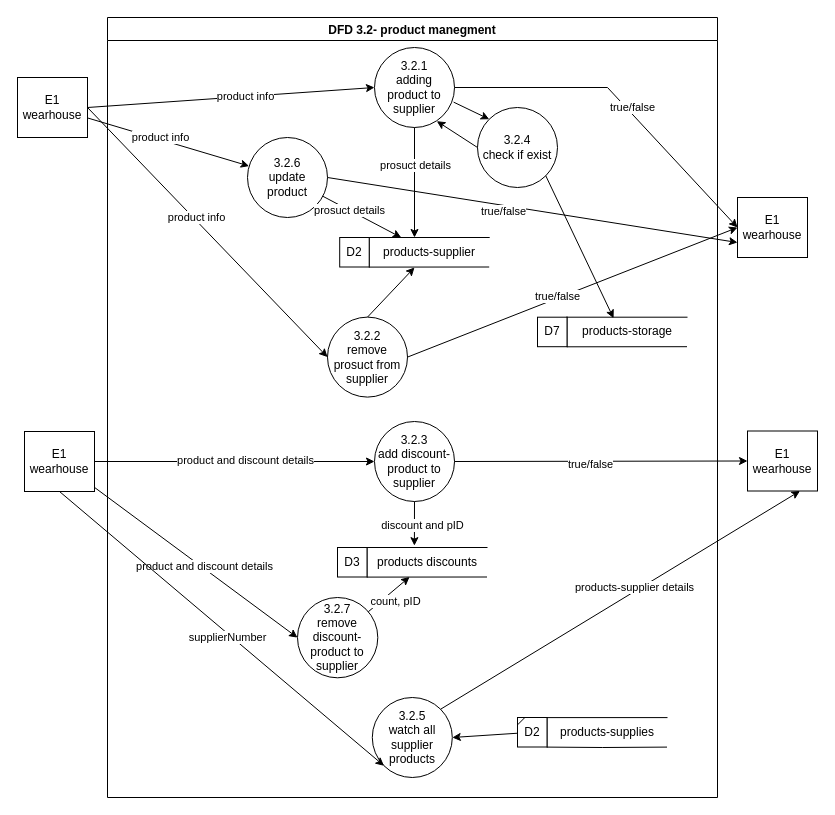
The draw.io diagram page "dfd3.2" (3 of 4) of docs/DFD/DFD3_Supplier.drawio in Naveavra/Market, before the edit. Source tidied: cells renumbered, new cells numbered last; positions are measured from the earlier drawing's top-left corner, leaving out a move shared by most shapes. Both pictures are drawn from the tidied source at 100%, with x=0, y=0 at pixel (17, 17).
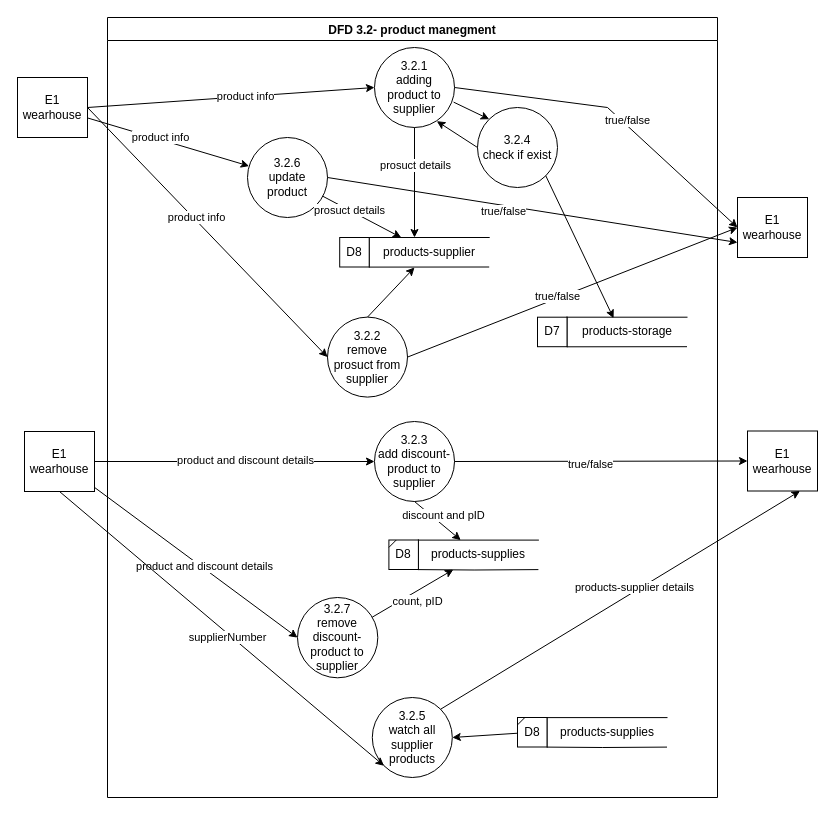
The same page after the edit.

The change refers to these unchanged cells:
```xml
<mxCell id="2" value="DFD 3.2- product manegment" style="swimlane;" parent="1" vertex="1">
  <mxGeometry x="90" width="610" height="780" as="geometry" />
</mxCell>
<mxCell id="3" value="3.2.1&lt;br&gt;adding product to supplier" style="ellipse;whiteSpace=wrap;html=1;" parent="2" vertex="1">
  <mxGeometry x="267" y="30" width="80" height="80" as="geometry" />
</mxCell>
<mxCell id="4" style="group;" parent="2" vertex="1">
  <mxGeometry x="232.2" y="220" width="149.5" height="29.6" as="geometry" />
</mxCell>
<mxCell id="12" value="3.2.3&lt;br&gt;add discount-product to supplier" style="ellipse;whiteSpace=wrap;html=1;" parent="2" vertex="1">
  <mxGeometry x="267" y="404" width="80" height="80" as="geometry" />
</mxCell>
<mxCell id="29" value="&lt;span style=&quot;&quot;&gt;3.2.7&lt;/span&gt;&lt;br style=&quot;&quot;&gt;&lt;span style=&quot;&quot;&gt;remove discount-product to supplier&lt;/span&gt;" style="ellipse;whiteSpace=wrap;html=1;" parent="2" vertex="1">
  <mxGeometry x="190" y="580" width="80.3" height="80.3" as="geometry" />
</mxCell>
<mxCell id="34" style="group;" parent="2" vertex="1">
  <mxGeometry x="410" y="700" width="149.5" height="29.6" as="geometry" />
</mxCell>
<mxCell id="41" value="E1&lt;br&gt;wearhouse" style="rounded=0;whiteSpace=wrap;html=1;" parent="1" vertex="1">
  <mxGeometry x="720" y="180" width="70" height="60" as="geometry" />
</mxCell>
```

Diff of the diagram source:
```diff
@@
-    <mxCell id="7" value="D2" style="whiteSpace=wrap;html=1;" parent="4" vertex="1">
+    <mxCell id="7" value="D8" style="whiteSpace=wrap;html=1;" parent="4" vertex="1">
       <mxGeometry width="29.5" height="29.5" as="geometry" />
     </mxCell>
@@
-    <mxCell id="13" style="group;" parent="2" vertex="1">
-      <mxGeometry x="230" y="530" width="149.5" height="29.6" as="geometry" />
-    </mxCell>
-    <mxCell id="14" value="products discounts" style="shape=partialRectangle;whiteSpace=wrap;html=1;bottom=0;right=0;fillColor=none;" parent="13" vertex="1">
-      <mxGeometry x="29.5" width="120" height="29.5" as="geometry" />
-    </mxCell>
-    <mxCell id="15" style="endArrow=none;html=1;rounded=0;entryX=1;entryY=1;entryDx=0;entryDy=0;" parent="13" edge="1" target="14">
-      <mxGeometry relative="1" as="geometry">
-        <mxPoint x="29.5" y="29.6" as="sourcePoint" />
-      </mxGeometry>
-    </mxCell>
-    <mxCell id="16" value="D3" style="whiteSpace=wrap;html=1;" parent="13" vertex="1">
-      <mxGeometry width="29.5" height="29.5" as="geometry" />
-    </mxCell>
-    <mxCell id="17" style="endArrow=classic;html=1;rounded=0;exitX=0.5;exitY=1;exitDx=0;exitDy=0;entryX=0.395;entryY=-0.063;entryDx=0;entryDy=0;entryPerimeter=0;" parent="2" edge="1" source="12" target="14">
+    <mxCell id="17" style="endArrow=classic;html=1;rounded=0;exitX=0.5;exitY=1;exitDx=0;exitDy=0;" parent="2" edge="1" source="12" target="67">
       <mxGeometry relative="1" as="geometry" />
     </mxCell>
@@
-    <mxCell id="30" style="endArrow=classic;html=1;rounded=0;" parent="2" edge="1" source="29" target="14">
+    <mxCell id="30" style="endArrow=classic;html=1;rounded=0;" parent="2" edge="1" source="29" target="67">
       <mxGeometry relative="1" as="geometry" />
     </mxCell>
@@
-    <mxCell id="37" value="D2" style="whiteSpace=wrap;html=1;" parent="34" vertex="1">
+    <mxCell id="37" value="D8" style="whiteSpace=wrap;html=1;" parent="34" vertex="1">
       <mxGeometry width="29.5" height="29.5" as="geometry" />
     </mxCell>
@@
+    <mxCell id="66" style="group;" parent="2" vertex="1">
+      <mxGeometry x="281.4" y="522.5" width="149.5" height="29.6" as="geometry" />
+    </mxCell>
+    <mxCell id="67" value="products-supplies" style="shape=partialRectangle;whiteSpace=wrap;html=1;bottom=0;right=0;fillColor=none;" parent="66" vertex="1">
+      <mxGeometry x="29.5" y="0.1" width="120" height="29.5" as="geometry" />
+    </mxCell>
+    <mxCell id="68" style="endArrow=none;html=1;rounded=0;entryX=1;entryY=1;entryDx=0;entryDy=0;" parent="66" edge="1" target="67">
+      <mxGeometry relative="1" as="geometry">
+        <mxPoint x="29.5" y="29.6" as="sourcePoint" />
+        <Array as="points">
+          <mxPoint x="85.2" y="30" />
+        </Array>
+      </mxGeometry>
+    </mxCell>
+    <mxCell id="69" value="D8" style="whiteSpace=wrap;html=1;" parent="66" vertex="1">
+      <mxGeometry width="29.5" height="29.5" as="geometry" />
+    </mxCell>
+    <mxCell id="70" style="endArrow=none;html=1;rounded=0;exitX=0;exitY=0.25;exitDx=0;exitDy=0;entryX=0.25;entryY=0;entryDx=0;entryDy=0;" parent="66" edge="1" source="69" target="69">
+      <mxGeometry relative="1" as="geometry" />
+    </mxCell>
@@
     <mxCell id="44" style="endArrow=classic;html=1;rounded=0;exitX=1;exitY=0.5;exitDx=0;exitDy=0;entryX=0;entryY=0.5;entryDx=0;entryDy=0;" parent="1" edge="1" source="3" target="41">
       <mxGeometry relative="1" as="geometry">
         <Array as="points">
-          <mxPoint x="590" y="70" />
+          <mxPoint x="590" y="90" />
         </Array>
       </mxGeometry>
     </mxCell>
```
